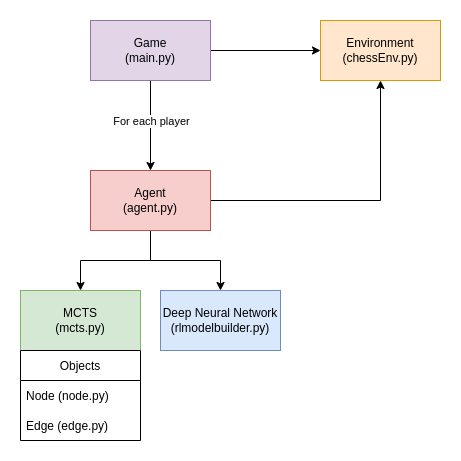
This is img/class-structure.png from zjeffer/chess-deep-rl, a draw.io export, as it was before one commit. Source tidied: cells renumbered, new cells last; positions are measured from the earlier drawing's top-left corner, leaving out a move shared by most shapes. The source it was exported from:
```xml
<mxGraphModel>
  <root>
    <mxCell id="0" />
    <mxCell id="1" parent="0" />
    <mxCell id="2" style="edgeStyle=orthogonalEdgeStyle;rounded=0;jettySize=auto;html=1;entryX=0;entryY=0.5;entryDx=0;entryDy=0;" parent="1" edge="1" source="5" target="10">
      <mxGeometry relative="1" as="geometry" />
    </mxCell>
    <mxCell id="3" style="edgeStyle=orthogonalEdgeStyle;rounded=0;jettySize=auto;html=1;entryX=0.5;entryY=0;entryDx=0;entryDy=0;" parent="1" edge="1" source="5" target="9">
      <mxGeometry relative="1" as="geometry" />
    </mxCell>
    <mxCell id="4" value="For each player" style="edgeLabel;html=1;align=center;verticalAlign=middle;" parent="3" vertex="1">
      <mxGeometry x="-0.24" y="-1" relative="1" as="geometry">
        <mxPoint x="1" y="6" as="offset" />
      </mxGeometry>
    </mxCell>
    <mxCell id="5" value="Game&lt;br&gt;(main.py)" style="rounded=0;whiteSpace=wrap;html=1;fillColor=#e1d5e7;strokeColor=#9673a6;" parent="1" vertex="1">
      <mxGeometry x="70" width="120" height="60" as="geometry" />
    </mxCell>
    <mxCell id="6" style="edgeStyle=orthogonalEdgeStyle;rounded=0;jettySize=auto;html=1;entryX=0.5;entryY=0;entryDx=0;entryDy=0;" parent="1" edge="1" source="9" target="11">
      <mxGeometry relative="1" as="geometry" />
    </mxCell>
    <mxCell id="7" style="edgeStyle=orthogonalEdgeStyle;rounded=0;jettySize=auto;html=1;entryX=0.5;entryY=0;entryDx=0;entryDy=0;" parent="1" edge="1" source="9" target="12">
      <mxGeometry relative="1" as="geometry" />
    </mxCell>
    <mxCell id="8" style="edgeStyle=orthogonalEdgeStyle;rounded=0;jettySize=auto;html=1;" parent="1" edge="1" source="9" target="10">
      <mxGeometry relative="1" as="geometry" />
    </mxCell>
    <mxCell id="9" value="Agent&lt;br&gt;(agent.py)" style="rounded=0;whiteSpace=wrap;html=1;fillColor=#f8cecc;strokeColor=#b85450;" parent="1" vertex="1">
      <mxGeometry x="70" y="150" width="120" height="60" as="geometry" />
    </mxCell>
    <mxCell id="10" value="Environment&lt;br&gt;(chessEnv.py)" style="rounded=0;whiteSpace=wrap;html=1;fillColor=#ffe6cc;strokeColor=#d79b00;" parent="1" vertex="1">
      <mxGeometry x="300" width="120" height="60" as="geometry" />
    </mxCell>
    <mxCell id="11" value="MCTS&lt;br&gt;(mcts.py)" style="rounded=0;whiteSpace=wrap;html=1;fillColor=#d5e8d4;strokeColor=#82b366;" parent="1" vertex="1">
      <mxGeometry y="270" width="120" height="60" as="geometry" />
    </mxCell>
    <mxCell id="12" value="Deep Neural Network&lt;br&gt;(rlmodelbuilder.py)" style="rounded=0;whiteSpace=wrap;html=1;fillColor=#dae8fc;strokeColor=#6c8ebf;" parent="1" vertex="1">
      <mxGeometry x="140" y="270" width="120" height="60" as="geometry" />
    </mxCell>
    <mxCell id="13" value="Objects" style="swimlane;fontStyle=0;horizontal=1;startSize=30;" parent="1" vertex="1">
      <mxGeometry y="330" width="120" height="90" as="geometry" />
    </mxCell>
    <mxCell id="14" value="Node (node.py)" style="text;strokeColor=none;fillColor=none;align=left;verticalAlign=middle;spacingLeft=4;spacingRight=4;overflow=hidden;" parent="13" vertex="1">
      <mxGeometry y="30" width="120" height="30" as="geometry" />
    </mxCell>
    <mxCell id="15" value="Edge (edge.py)" style="text;strokeColor=none;fillColor=none;align=left;verticalAlign=middle;spacingLeft=4;spacingRight=4;overflow=hidden;" parent="13" vertex="1">
      <mxGeometry y="60" width="120" height="30" as="geometry" />
    </mxCell>
  </root>
</mxGraphModel>
```
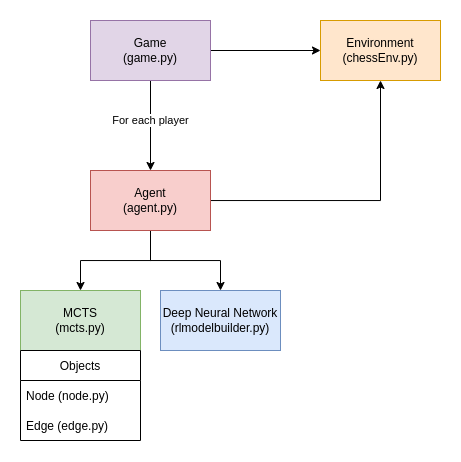
The same file after the commit.

Change to the diagram source:
```diff
@@ -13,7 +13,7 @@
         <mxPoint x="1" y="6" as="offset" />
       </mxGeometry>
     </mxCell>
-    <mxCell id="5" value="Game&lt;br&gt;(main.py)" style="rounded=0;whiteSpace=wrap;html=1;fillColor=#e1d5e7;strokeColor=#9673a6;" parent="1" vertex="1">
+    <mxCell id="5" value="Game&lt;br&gt;(game.py)" style="rounded=0;whiteSpace=wrap;html=1;fillColor=#e1d5e7;strokeColor=#9673a6;" parent="1" vertex="1">
       <mxGeometry x="70" width="120" height="60" as="geometry" />
     </mxCell>
     <mxCell id="6" style="edgeStyle=orthogonalEdgeStyle;rounded=0;jettySize=auto;html=1;entryX=0.5;entryY=0;entryDx=0;entryDy=0;" parent="1" edge="1" source="9" target="11">
```
